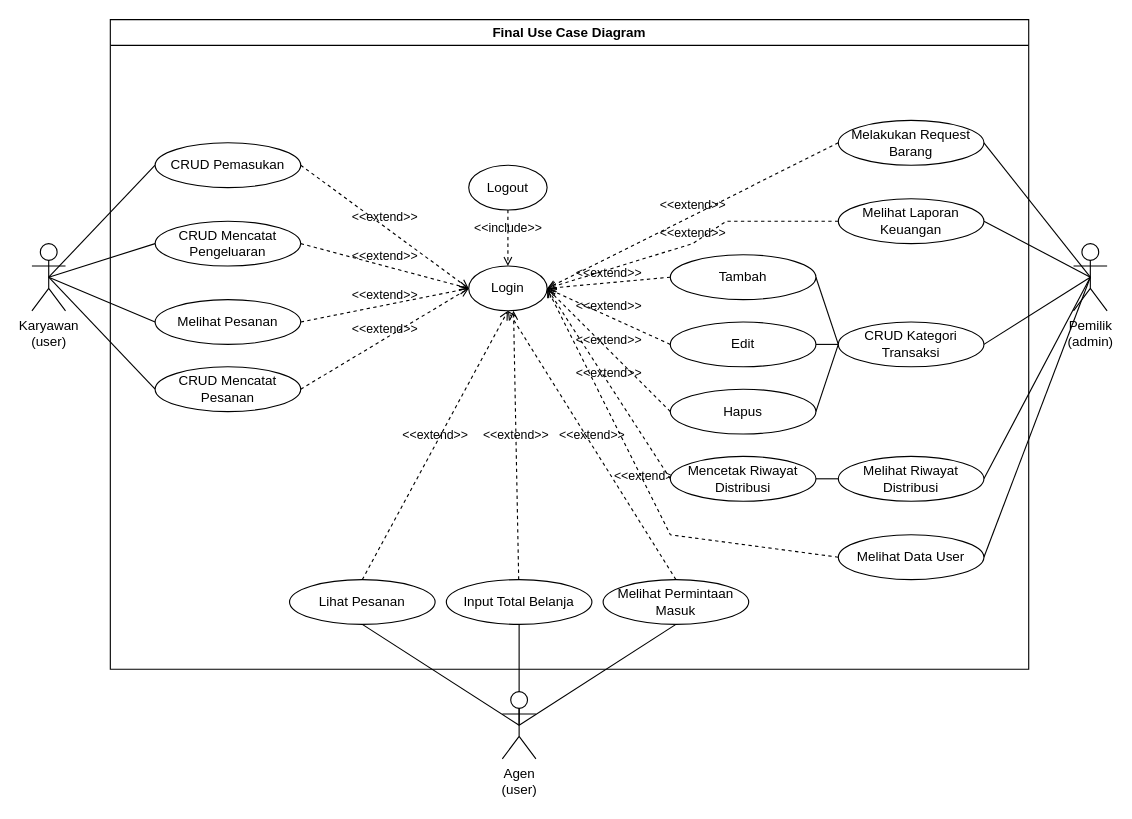
Earlier version of the draw.io diagram page "use case final" (3 of 13) of Doc/UseCase/Feby-1.drawio (gustitriprayoga/sistem-umkm-feby). Source tidied: cells renumbered, new cells numbered last; positions are measured from the earlier drawing's top-left corner, leaving out a move shared by most shapes. Both pictures are drawn from the tidied source at 112%, with x=0, y=0 at pixel (31, 19).
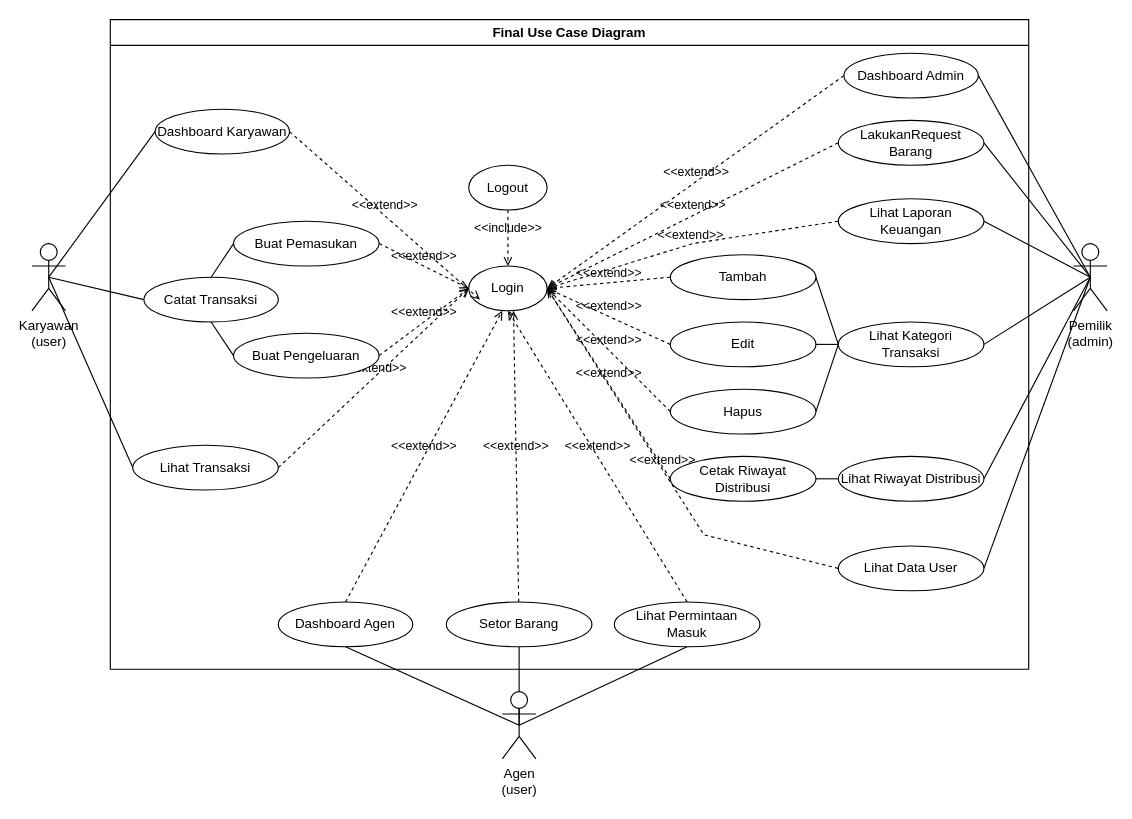
The same page after the edit.

The change refers to these unchanged cells:
```xml
<mxCell id="7" value="Pemilik&lt;div&gt;(admin)&lt;/div&gt;" style="shape=umlActor;verticalLabelPosition=bottom;verticalAlign=top;html=1;outlineConnect=0;" parent="1" vertex="1">
  <mxGeometry x="930" y="200" width="30" height="60" as="geometry" />
</mxCell>
<mxCell id="8" value="Login" style="ellipse;whiteSpace=wrap;html=1;" parent="1" vertex="1">
  <mxGeometry x="390" y="220" width="70" height="40" as="geometry" />
</mxCell>
<mxCell id="15" value="Karyawan&lt;div&gt;(user)&lt;/div&gt;" style="shape=umlActor;verticalLabelPosition=bottom;verticalAlign=top;html=1;outlineConnect=0;" parent="1" vertex="1">
  <mxGeometry y="200" width="30" height="60" as="geometry" />
</mxCell>
<mxCell id="27" value="Agen&lt;div&gt;(user)&lt;/div&gt;" style="shape=umlActor;verticalLabelPosition=bottom;verticalAlign=top;html=1;outlineConnect=0;" parent="1" vertex="1">
  <mxGeometry x="420" y="600" width="30" height="60" as="geometry" />
</mxCell>
<mxCell id="41" value="Final Use Case Diagram" style="swimlane;whiteSpace=wrap;html=1;" parent="1" vertex="1">
  <mxGeometry x="70" width="820" height="580" as="geometry" />
</mxCell>
```

Change to the diagram source:
```diff
@@
-    <mxCell id="10" value="CRUD Mencatat Pengeluaran" style="ellipse;whiteSpace=wrap;html=1;" parent="1" vertex="1">
-      <mxGeometry x="110" y="180" width="130" height="40" as="geometry" />
-    </mxCell>
@@
-    <mxCell id="12" style="rounded=0;jettySize=auto;html=1;exitX=0.5;exitY=0.5;exitDx=0;exitDy=0;exitPerimeter=0;entryX=0;entryY=0.5;entryDx=0;entryDy=0;endArrow=none;startFill=0;" parent="1" edge="1" source="15" target="10">
-      <mxGeometry relative="1" as="geometry" />
-    </mxCell>
@@
-    <mxCell id="14" style="rounded=0;jettySize=auto;html=1;exitX=0.5;exitY=0.5;exitDx=0;exitDy=0;exitPerimeter=0;entryX=0;entryY=0.5;entryDx=0;entryDy=0;endArrow=none;startFill=0;" parent="1" edge="1" source="15" target="52">
-      <mxGeometry relative="1" as="geometry" />
-    </mxCell>
@@
-    <mxCell id="16" value="Melihat Laporan Keuangan" style="ellipse;whiteSpace=wrap;html=1;" parent="1" vertex="1">
+    <mxCell id="16" value="Lihat Laporan Keuangan" style="ellipse;whiteSpace=wrap;html=1;" parent="1" vertex="1">
       <mxGeometry x="720" y="160" width="130" height="40" as="geometry" />
     </mxCell>
@@
-    <mxCell id="20" value="CRUD Kategori Transaksi" style="ellipse;whiteSpace=wrap;html=1;" parent="1" vertex="1">
+    <mxCell id="20" value="Lihat Kategori Transaksi" style="ellipse;whiteSpace=wrap;html=1;" parent="1" vertex="1">
       <mxGeometry x="720" y="270" width="130" height="40" as="geometry" />
     </mxCell>
-    <mxCell id="21" value="Melihat Riwayat Distribusi" style="ellipse;whiteSpace=wrap;html=1;" parent="1" vertex="1">
+    <mxCell id="21" value="Lihat Riwayat Distribusi" style="ellipse;whiteSpace=wrap;html=1;" parent="1" vertex="1">
       <mxGeometry x="720" y="390" width="130" height="40" as="geometry" />
     </mxCell>
@@
-    <mxCell id="23" value="Melihat Data User" style="ellipse;whiteSpace=wrap;html=1;" parent="1" vertex="1">
-      <mxGeometry x="720" y="460" width="130" height="40" as="geometry" />
-    </mxCell>
-    <mxCell id="24" style="rounded=0;jettySize=auto;html=1;exitX=0.5;exitY=0.5;exitDx=0;exitDy=0;exitPerimeter=0;entryX=0.5;entryY=1;entryDx=0;entryDy=0;endArrow=none;startFill=0;" parent="1" edge="1" source="27" target="49">
-      <mxGeometry relative="1" as="geometry" />
-    </mxCell>
@@
-    <mxCell id="28" value="&amp;lt;&amp;lt;extend&amp;gt;&amp;gt;" style="html=1;verticalAlign=bottom;labelBackgroundColor=none;endArrow=open;endFill=0;dashed=1;rounded=0;exitX=1;exitY=0.5;exitDx=0;exitDy=0;entryX=0;entryY=0.5;entryDx=0;entryDy=0;" parent="1" edge="1" source="50" target="8">
+    <mxCell id="28" value="&amp;lt;&amp;lt;extend&amp;gt;&amp;gt;" style="html=1;verticalAlign=bottom;labelBackgroundColor=none;endArrow=open;endFill=0;dashed=1;rounded=0;entryX=0;entryY=0.5;entryDx=0;entryDy=0;exitX=1;exitY=0.5;exitDx=0;exitDy=0;" parent="1" edge="1" source="59" target="8">
       <mxGeometry relative="1" as="geometry" />
     </mxCell>
-    <mxCell id="29" value="&amp;lt;&amp;lt;extend&amp;gt;&amp;gt;" style="html=1;verticalAlign=bottom;labelBackgroundColor=none;endArrow=open;endFill=0;dashed=1;rounded=0;exitX=1;exitY=0.5;exitDx=0;exitDy=0;" parent="1" edge="1" source="10">
-      <mxGeometry relative="1" as="geometry">
-        <mxPoint x="390" y="240" as="targetPoint" />
-      </mxGeometry>
-    </mxCell>
@@
-    <mxCell id="31" value="&amp;lt;&amp;lt;extend&amp;gt;&amp;gt;" style="html=1;verticalAlign=bottom;labelBackgroundColor=none;endArrow=open;endFill=0;dashed=1;rounded=0;exitX=1;exitY=0.5;exitDx=0;exitDy=0;entryX=0;entryY=0.5;entryDx=0;entryDy=0;" parent="1" edge="1" source="52" target="8">
-      <mxGeometry relative="1" as="geometry" />
-    </mxCell>
@@
     <mxCell id="36" value="&amp;lt;&amp;lt;extend&amp;gt;&amp;gt;" style="html=1;verticalAlign=bottom;labelBackgroundColor=none;endArrow=open;endFill=0;dashed=1;rounded=0;exitX=0;exitY=0.5;exitDx=0;exitDy=0;entryX=1;entryY=0.5;entryDx=0;entryDy=0;" parent="1" edge="1" source="16" target="8">
       <mxGeometry relative="1" as="geometry">
         <Array as="points">
-          <mxPoint x="620" y="180" />
           <mxPoint x="590" y="200" />
         </Array>
       </mxGeometry>
     </mxCell>
-    <mxCell id="37" value="&amp;lt;&amp;lt;extend&amp;gt;&amp;gt;" style="html=1;verticalAlign=bottom;labelBackgroundColor=none;endArrow=open;endFill=0;dashed=1;rounded=0;exitX=0.5;exitY=0;exitDx=0;exitDy=0;entryX=0.5;entryY=1;entryDx=0;entryDy=0;" parent="1" edge="1" source="49" target="8">
-      <mxGeometry relative="1" as="geometry" />
-    </mxCell>
@@
     <mxCell id="39" value="&amp;lt;&amp;lt;extend&amp;gt;&amp;gt;" style="html=1;verticalAlign=bottom;labelBackgroundColor=none;endArrow=open;endFill=0;dashed=1;rounded=0;exitX=0;exitY=0.5;exitDx=0;exitDy=0;" parent="1" edge="1" source="23">
       <mxGeometry relative="1" as="geometry">
         <mxPoint x="460" y="240" as="targetPoint" />
         <Array as="points">
-          <mxPoint x="570" y="460" />
+          <mxPoint x="600" y="460" />
         </Array>
       </mxGeometry>
     </mxCell>
@@
-    <mxCell id="46" value="Mencetak Riwayat Distribusi" style="ellipse;whiteSpace=wrap;html=1;" parent="41" vertex="1">
+    <mxCell id="46" value="Cetak Riwayat Distribusi" style="ellipse;whiteSpace=wrap;html=1;" parent="41" vertex="1">
       <mxGeometry x="500" y="390" width="130" height="40" as="geometry" />
     </mxCell>
@@
-    <mxCell id="48" value="Input Total Belanja" style="ellipse;whiteSpace=wrap;html=1;" parent="41" vertex="1">
-      <mxGeometry x="300" y="500" width="130" height="40" as="geometry" />
+    <mxCell id="48" value="Setor Barang" style="ellipse;whiteSpace=wrap;html=1;" parent="41" vertex="1">
+      <mxGeometry x="300" y="520" width="130" height="40" as="geometry" />
     </mxCell>
-    <mxCell id="49" value="Lihat Pesanan" style="ellipse;whiteSpace=wrap;html=1;" parent="41" vertex="1">
-      <mxGeometry x="160" y="500" width="130" height="40" as="geometry" />
-    </mxCell>
+    <mxCell id="57" style="rounded=0;jettySize=auto;html=1;exitX=0.5;exitY=1;exitDx=0;exitDy=0;entryX=0;entryY=0.5;entryDx=0;entryDy=0;endArrow=none;startFill=0;" parent="41" edge="1" source="50" target="60">
+      <mxGeometry relative="1" as="geometry" />
+    </mxCell>
+    <mxCell id="58" style="rounded=0;jettySize=auto;html=1;exitX=0.5;exitY=0;exitDx=0;exitDy=0;entryX=0;entryY=0.5;entryDx=0;entryDy=0;endArrow=none;startFill=0;" parent="41" edge="1" source="50" target="59">
+      <mxGeometry relative="1" as="geometry" />
+    </mxCell>
-    <mxCell id="50" value="CRUD Pemasukan" style="ellipse;whiteSpace=wrap;html=1;" parent="41" vertex="1">
-      <mxGeometry x="40" y="110" width="130" height="40" as="geometry" />
+    <mxCell id="50" value="Catat Transaksi" style="ellipse;whiteSpace=wrap;html=1;" parent="41" vertex="1">
+      <mxGeometry x="30" y="230" width="120" height="40" as="geometry" />
     </mxCell>
-    <mxCell id="51" value="Melihat Pesanan" style="ellipse;whiteSpace=wrap;html=1;" parent="41" vertex="1">
-      <mxGeometry x="40" y="250" width="130" height="40" as="geometry" />
+    <mxCell id="51" value="Lihat Transaksi" style="ellipse;whiteSpace=wrap;html=1;" parent="41" vertex="1">
+      <mxGeometry x="20" y="380" width="130" height="40" as="geometry" />
     </mxCell>
-    <mxCell id="52" value="CRUD Mencatat Pesanan" style="ellipse;whiteSpace=wrap;html=1;" parent="41" vertex="1">
-      <mxGeometry x="40" y="310" width="130" height="40" as="geometry" />
-    </mxCell>
-    <mxCell id="53" value="Melakukan Request Barang" style="ellipse;whiteSpace=wrap;html=1;" parent="41" vertex="1">
+    <mxCell id="53" value="LakukanRequest Barang" style="ellipse;whiteSpace=wrap;html=1;" parent="41" vertex="1">
       <mxGeometry x="650" y="90" width="130" height="40" as="geometry" />
     </mxCell>
-    <mxCell id="54" value="Melihat Permintaan Masuk" style="ellipse;whiteSpace=wrap;html=1;" parent="41" vertex="1">
-      <mxGeometry x="440" y="500" width="130" height="40" as="geometry" />
+    <mxCell id="54" value="Lihat Permintaan Masuk" style="ellipse;whiteSpace=wrap;html=1;" parent="41" vertex="1">
+      <mxGeometry x="450" y="520" width="130" height="40" as="geometry" />
     </mxCell>
+    <mxCell id="59" value="Buat Pemasukan" style="ellipse;whiteSpace=wrap;html=1;" parent="41" vertex="1">
+      <mxGeometry x="110" y="180" width="130" height="40" as="geometry" />
+    </mxCell>
+    <mxCell id="60" value="Buat Pengeluaran" style="ellipse;whiteSpace=wrap;html=1;" parent="41" vertex="1">
+      <mxGeometry x="110" y="280" width="130" height="40" as="geometry" />
+    </mxCell>
+    <mxCell id="61" value="Dashboard Karyawan" style="ellipse;whiteSpace=wrap;html=1;" parent="41" vertex="1">
+      <mxGeometry x="40" y="80" width="120" height="40" as="geometry" />
+    </mxCell>
+    <mxCell id="62" value="Dashboard Admin" style="ellipse;whiteSpace=wrap;html=1;" parent="41" vertex="1">
+      <mxGeometry x="655" y="30" width="120" height="40" as="geometry" />
+    </mxCell>
+    <mxCell id="63" value="Dashboard Agen" style="ellipse;whiteSpace=wrap;html=1;" parent="41" vertex="1">
+      <mxGeometry x="150" y="520" width="120" height="40" as="geometry" />
+    </mxCell>
+    <mxCell id="23" value="Lihat Data User" style="ellipse;whiteSpace=wrap;html=1;" parent="41" vertex="1">
+      <mxGeometry x="650" y="470" width="130" height="40" as="geometry" />
+    </mxCell>
@@
+    <mxCell id="29" value="&amp;lt;&amp;lt;extend&amp;gt;&amp;gt;" style="html=1;verticalAlign=bottom;labelBackgroundColor=none;endArrow=open;endFill=0;dashed=1;rounded=0;exitX=1;exitY=0.5;exitDx=0;exitDy=0;" parent="1" edge="1" source="60">
+      <mxGeometry relative="1" as="geometry">
+        <mxPoint x="390" y="240" as="targetPoint" />
+      </mxGeometry>
+    </mxCell>
+    <mxCell id="64" style="rounded=0;jettySize=auto;html=1;exitX=0.5;exitY=0.5;exitDx=0;exitDy=0;exitPerimeter=0;entryX=0;entryY=0.5;entryDx=0;entryDy=0;endArrow=none;startFill=0;" parent="1" edge="1" source="15" target="61">
+      <mxGeometry relative="1" as="geometry" />
+    </mxCell>
+    <mxCell id="65" value="&amp;lt;&amp;lt;extend&amp;gt;&amp;gt;" style="html=1;verticalAlign=bottom;labelBackgroundColor=none;endArrow=open;endFill=0;dashed=1;rounded=0;entryX=0;entryY=0.5;entryDx=0;entryDy=0;exitX=1;exitY=0.5;exitDx=0;exitDy=0;" parent="1" edge="1" source="61">
+      <mxGeometry relative="1" as="geometry">
+        <mxPoint x="400" y="250" as="targetPoint" />
+      </mxGeometry>
+    </mxCell>
+    <mxCell id="66" style="rounded=0;jettySize=auto;html=1;exitX=0.5;exitY=0.5;exitDx=0;exitDy=0;exitPerimeter=0;entryX=0.5;entryY=1;entryDx=0;entryDy=0;endArrow=none;startFill=0;" parent="1" edge="1" source="27" target="63">
+      <mxGeometry relative="1" as="geometry" />
+    </mxCell>
+    <mxCell id="67" value="&amp;lt;&amp;lt;extend&amp;gt;&amp;gt;" style="html=1;verticalAlign=bottom;labelBackgroundColor=none;endArrow=open;endFill=0;dashed=1;rounded=0;exitX=0.5;exitY=0;exitDx=0;exitDy=0;" parent="1" edge="1" source="63">
+      <mxGeometry relative="1" as="geometry">
+        <mxPoint x="420" y="260" as="targetPoint" />
+      </mxGeometry>
+    </mxCell>
+    <mxCell id="68" value="&amp;lt;&amp;lt;extend&amp;gt;&amp;gt;" style="html=1;verticalAlign=bottom;labelBackgroundColor=none;endArrow=open;endFill=0;dashed=1;rounded=0;exitX=0;exitY=0.5;exitDx=0;exitDy=0;" parent="1" edge="1" source="62">
+      <mxGeometry relative="1" as="geometry">
+        <mxPoint x="460" y="240" as="targetPoint" />
+      </mxGeometry>
+    </mxCell>
+    <mxCell id="69" style="rounded=0;jettySize=auto;html=1;exitX=0.5;exitY=0.5;exitDx=0;exitDy=0;exitPerimeter=0;entryX=1;entryY=0.5;entryDx=0;entryDy=0;endArrow=none;startFill=0;" parent="1" edge="1" source="7" target="62">
+      <mxGeometry relative="1" as="geometry" />
+    </mxCell>
```
